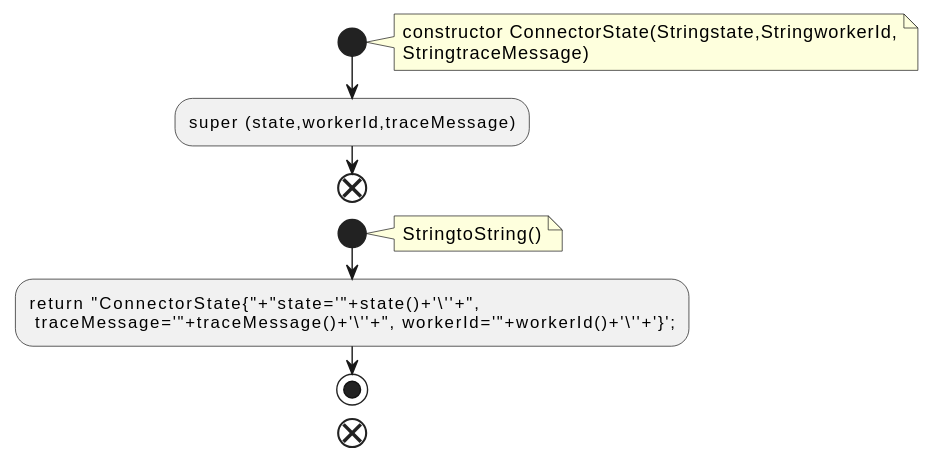
qualitesys/kafka keeps this PlantUML diagram as docs/qc/connect/api/src/main/java/org/apache/kafka/connect/health/ConnectorState.java.fct.svg. Above is the earlier version.
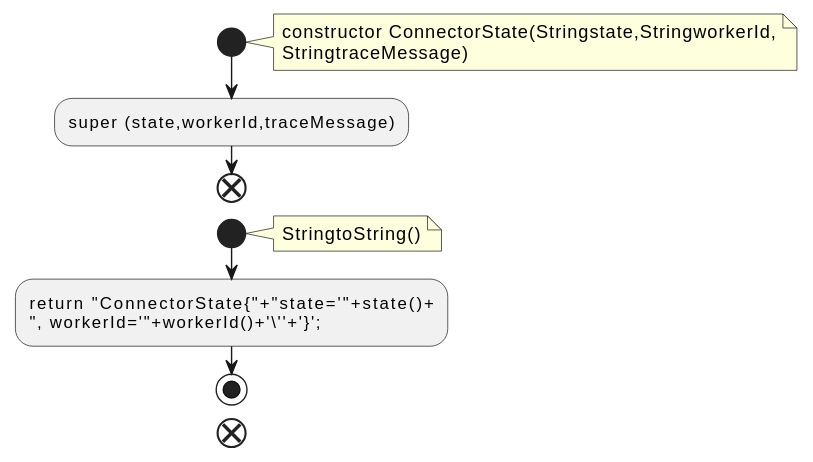
Above is the later version.

Diff of the diagram source:
```diff
@@ -11,8 +11,8 @@
 note right
 StringtoString()
 end note
-:return "ConnectorState{"+"state='"+state()+'\''+",
- traceMessage='"+traceMessage()+'\''+", workerId='"+workerId()+'\''+'}';;
+:return "ConnectorState{"+"state='"+state()+
+", workerId='"+workerId()+'\''+'}';;
 stop
 end
 @enduml
```
